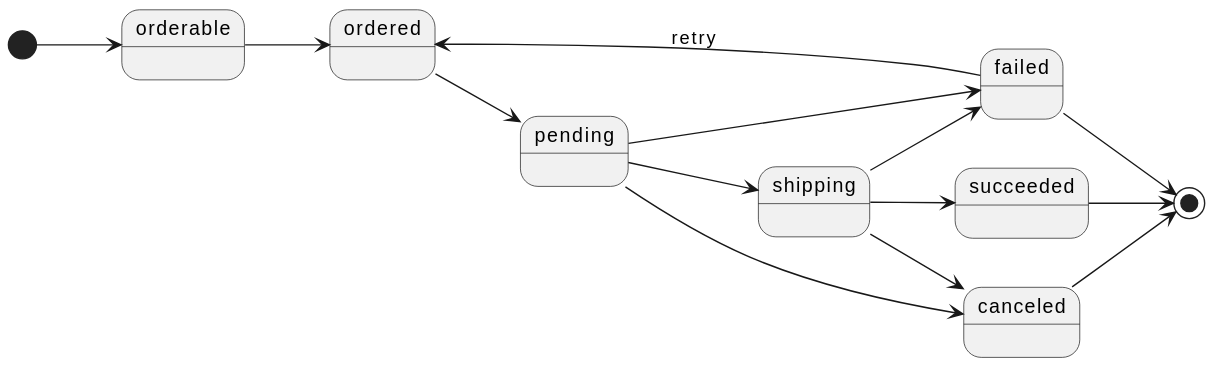
Terradue/order keeps this PlantUML diagram as images/diagrams/order-lifecycle/order-lifecyle.svg. Above is the earlier version.
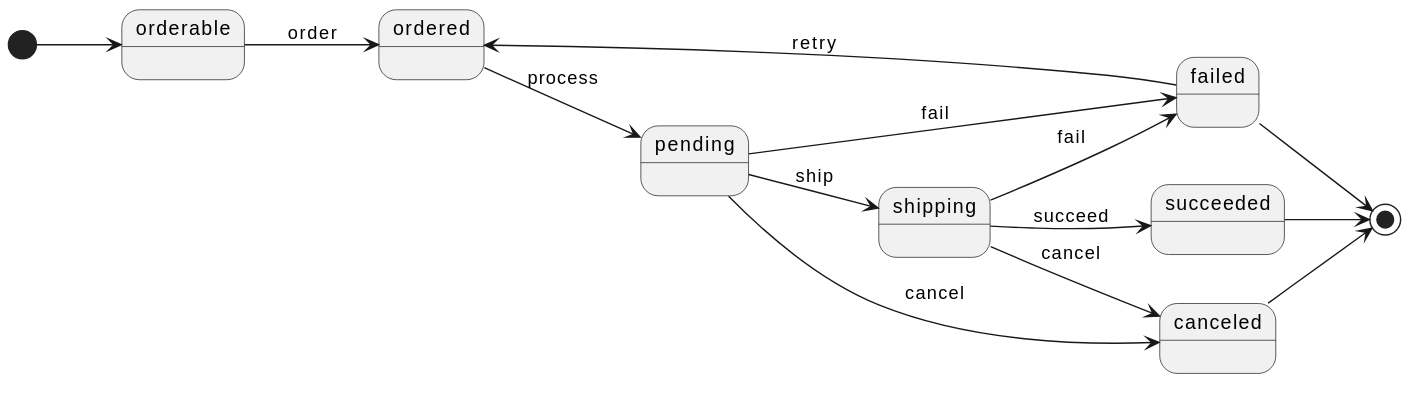
After the commit.

Commit message:
docs(media): improved `order:status` State diagram

added labels on states transactions

What changed in the source:
```diff
@@ -2,19 +2,19 @@
 left to right direction
 
 [*] --> orderable
-orderable --> ordered
-ordered --> pending
-pending --> shipping
-pending --> canceled
-pending --> failed
+orderable --> ordered : order
+ordered --> pending : process
+pending --> shipping : ship
+pending --> canceled : cancel
+pending --> failed : fail
 
-shipping --> succeeded
-shipping --> canceled
-shipping --> failed
+shipping --> succeeded : succeed
+shipping --> canceled : cancel
+shipping --> failed : fail
 
+failed --> ordered : retry
+
+failed --> [*]
 succeeded --> [*]
 canceled --> [*]
-
-failed --> ordered : retry
-failed --> [*]
 @enduml
```
